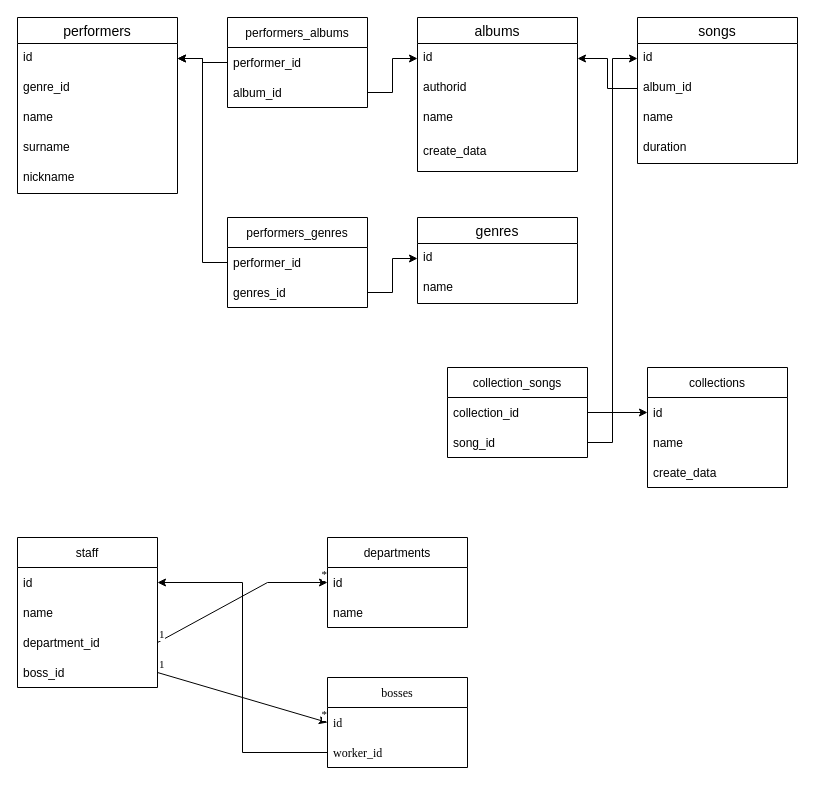
L1geon/SQL_1 keeps this draw.io diagram as Схема.drawio. Above is the earlier version. Source tidied: cells renumbered, new cells numbered last; positions are measured from the earlier drawing's top-left corner, leaving out a move shared by most shapes. Both pictures are drawn from the tidied source at 100%, with x=0, y=0 at pixel (17, 17).
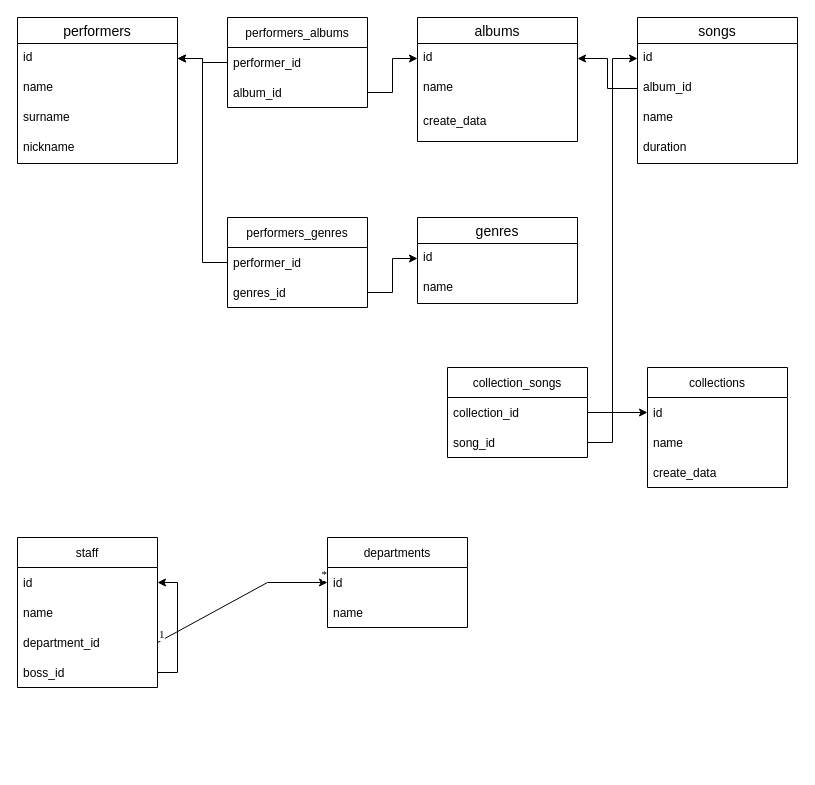
The same diagram, later.

Unchanged cells that the change refers to:
```xml
<mxCell id="41" value="staff" style="swimlane;fontStyle=0;horizontal=1;startSize=30;" parent="1" vertex="1">
  <mxGeometry y="520" width="140" height="150" as="geometry" />
</mxCell>
<mxCell id="42" value="id" style="text;strokeColor=none;fillColor=none;align=left;verticalAlign=middle;spacingLeft=4;spacingRight=4;overflow=hidden;points=[[0,0.5],[1,0.5]];portConstraint=eastwest;" parent="41" vertex="1">
  <mxGeometry y="30" width="140" height="30" as="geometry" />
</mxCell>
<mxCell id="45" value="boss_id" style="text;strokeColor=none;fillColor=none;align=left;verticalAlign=middle;spacingLeft=4;spacingRight=4;overflow=hidden;points=[[0,0.5],[1,0.5]];portConstraint=eastwest;" parent="41" vertex="1">
  <mxGeometry y="120" width="140" height="30" as="geometry" />
</mxCell>
```

What changed in the source:
```diff
@@
     <mxCell id="2" value="performers" style="swimlane;fontStyle=0;horizontal=1;startSize=26;align=center;fontSize=14;" parent="1" vertex="1">
-      <mxGeometry width="160" height="176" as="geometry" />
+      <mxGeometry width="160" height="146" as="geometry" />
     </mxCell>
@@
-    <mxCell id="4" value="genre_id" style="text;strokeColor=none;fillColor=none;spacingLeft=4;spacingRight=4;overflow=hidden;fontSize=12;" parent="2" vertex="1">
-      <mxGeometry y="56" width="160" height="30" as="geometry" />
-    </mxCell>
     <mxCell id="5" value="name" style="text;strokeColor=none;fillColor=none;spacingLeft=4;spacingRight=4;overflow=hidden;fontSize=12;" parent="2" vertex="1">
-      <mxGeometry y="86" width="160" height="30" as="geometry" />
+      <mxGeometry y="56" width="160" height="30" as="geometry" />
     </mxCell>
     <mxCell id="6" value="surname" style="text;strokeColor=none;fillColor=none;spacingLeft=4;spacingRight=4;overflow=hidden;fontSize=12;" parent="2" vertex="1">
-      <mxGeometry y="116" width="160" height="30" as="geometry" />
+      <mxGeometry y="86" width="160" height="30" as="geometry" />
     </mxCell>
     <mxCell id="7" value="nickname" style="text;strokeColor=none;fillColor=none;spacingLeft=4;spacingRight=4;overflow=hidden;fontSize=12;" parent="2" vertex="1">
-      <mxGeometry y="146" width="160" height="30" as="geometry" />
+      <mxGeometry y="116" width="160" height="30" as="geometry" />
     </mxCell>
     <mxCell id="8" value="albums" style="swimlane;fontStyle=0;horizontal=1;startSize=26;align=center;fontSize=14;" parent="1" vertex="1">
-      <mxGeometry x="400" width="160" height="154" as="geometry" />
+      <mxGeometry x="400" width="160" height="124" as="geometry" />
     </mxCell>
@@
-    <mxCell id="10" value="authorid" style="text;strokeColor=none;fillColor=none;spacingLeft=4;spacingRight=4;overflow=hidden;fontSize=12;" parent="8" vertex="1">
-      <mxGeometry y="56" width="160" height="30" as="geometry" />
-    </mxCell>
     <mxCell id="11" value="name" style="text;strokeColor=none;fillColor=none;spacingLeft=4;spacingRight=4;overflow=hidden;fontSize=12;" parent="8" vertex="1">
-      <mxGeometry y="86" width="160" height="34" as="geometry" />
+      <mxGeometry y="56" width="160" height="34" as="geometry" />
     </mxCell>
     <mxCell id="12" value="create_data" style="text;strokeColor=none;fillColor=none;spacingLeft=4;spacingRight=4;overflow=hidden;fontSize=12;" parent="8" vertex="1">
-      <mxGeometry y="120" width="160" height="34" as="geometry" />
+      <mxGeometry y="90" width="160" height="34" as="geometry" />
     </mxCell>
@@
+    <mxCell id="59" style="edgeStyle=orthogonalEdgeStyle;rounded=0;jettySize=auto;html=1;exitX=1;exitY=0.5;exitDx=0;exitDy=0;entryX=1;entryY=0.5;entryDx=0;entryDy=0;" parent="41" edge="1" source="45" target="42">
+      <mxGeometry relative="1" as="geometry" />
+    </mxCell>
@@
-    <mxCell id="52" value="bosses" style="swimlane;fontStyle=0;horizontal=1;startSize=30;fontFamily=Times New Roman;" parent="1" vertex="1">
-      <mxGeometry x="310" y="660" width="140" height="90" as="geometry" />
-    </mxCell>
-    <mxCell id="53" value="id" style="text;strokeColor=none;fillColor=none;align=left;verticalAlign=middle;spacingLeft=4;spacingRight=4;overflow=hidden;points=[[0,0.5],[1,0.5]];portConstraint=eastwest;fontFamily=Times New Roman;" parent="52" vertex="1">
-      <mxGeometry y="30" width="140" height="30" as="geometry" />
-    </mxCell>
-    <mxCell id="54" value="worker_id" style="text;strokeColor=none;fillColor=none;align=left;verticalAlign=middle;spacingLeft=4;spacingRight=4;overflow=hidden;points=[[0,0.5],[1,0.5]];portConstraint=eastwest;fontFamily=Times New Roman;" parent="52" vertex="1">
-      <mxGeometry y="60" width="140" height="30" as="geometry" />
-    </mxCell>
-    <mxCell id="55" style="edgeStyle=orthogonalEdgeStyle;rounded=0;jettySize=auto;html=1;exitX=0;exitY=0.5;exitDx=0;exitDy=0;entryX=1;entryY=0.5;entryDx=0;entryDy=0;labelBorderColor=none;fontFamily=Times New Roman;" parent="1" edge="1" source="54" target="42">
-      <mxGeometry relative="1" as="geometry" />
-    </mxCell>
-    <mxCell id="56" style="endArrow=classic;html=1;rounded=0;labelBorderColor=none;fontFamily=Times New Roman;exitX=1;exitY=0.5;exitDx=0;exitDy=0;entryX=0;entryY=0.5;entryDx=0;entryDy=0;" parent="1" edge="1" source="45" target="53">
-      <mxGeometry relative="1" as="geometry" />
-    </mxCell>
-    <mxCell id="57" value="1" style="edgeLabel;html=1;align=left;verticalAlign=bottom;fontFamily=Times New Roman;" parent="56" vertex="1">
-      <mxGeometry x="-1" relative="1" as="geometry" />
-    </mxCell>
-    <mxCell id="58" value="*" style="edgeLabel;html=1;align=right;verticalAlign=bottom;fontFamily=Times New Roman;" parent="56" vertex="1">
-      <mxGeometry x="1" relative="1" as="geometry" />
-    </mxCell>
```
